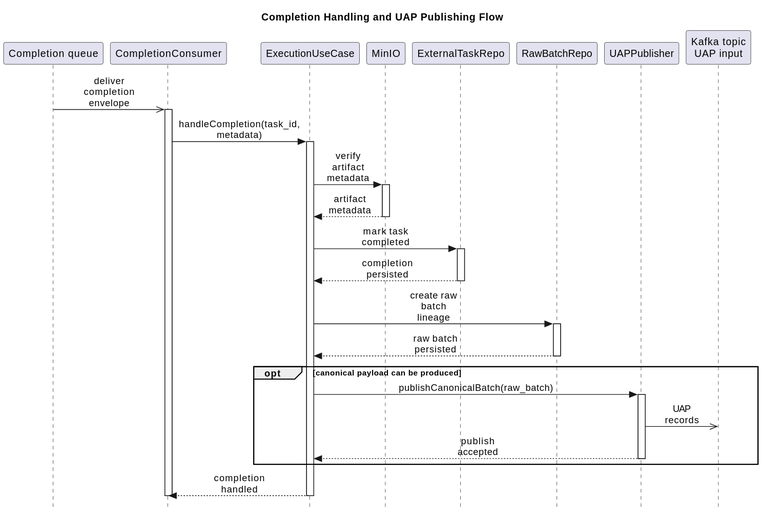
Above: final-report/images/chapter_5/seq-ingest-completion-uap-flow.svg in smap-hcmut/report (PlantUML), before the change. The source it was exported from:
```plantuml
@startuml
title Completion Handling and UAP Publishing Flow
hide footbox
skinparam style strictuml
skinparam sequenceMessageAlign center
skinparam responseMessageBelowArrow true
skinparam maxMessageSize 70

participant "Completion queue" as CompletionQueue
participant "CompletionConsumer" as Consumer
participant "ExecutionUseCase" as Execution
participant "MinIO" as MinIO
participant "ExternalTaskRepo" as ExternalTaskRepo
participant "RawBatchRepo" as RawBatchRepo
participant "UAPPublisher" as UAPPublisher
participant "Kafka topic\nUAP input" as UAPTopic

CompletionQueue ->> Consumer : deliver completion envelope
activate Consumer
Consumer -> Execution : handleCompletion(task_id, metadata)
activate Execution
Execution -> MinIO : verify artifact metadata
activate MinIO
MinIO --> Execution : artifact metadata
deactivate MinIO
Execution -> ExternalTaskRepo : mark task completed
activate ExternalTaskRepo
ExternalTaskRepo --> Execution : completion persisted
deactivate ExternalTaskRepo
Execution -> RawBatchRepo : create raw batch lineage
activate RawBatchRepo
RawBatchRepo --> Execution : raw batch persisted
deactivate RawBatchRepo

opt canonical payload can be produced
  Execution -> UAPPublisher : publishCanonicalBatch(raw_batch)
  activate UAPPublisher
  UAPPublisher ->> UAPTopic : UAP records
  UAPPublisher --> Execution : publish accepted
  deactivate UAPPublisher
end

Execution --> Consumer : completion handled
deactivate Execution
deactivate Consumer
@enduml
```
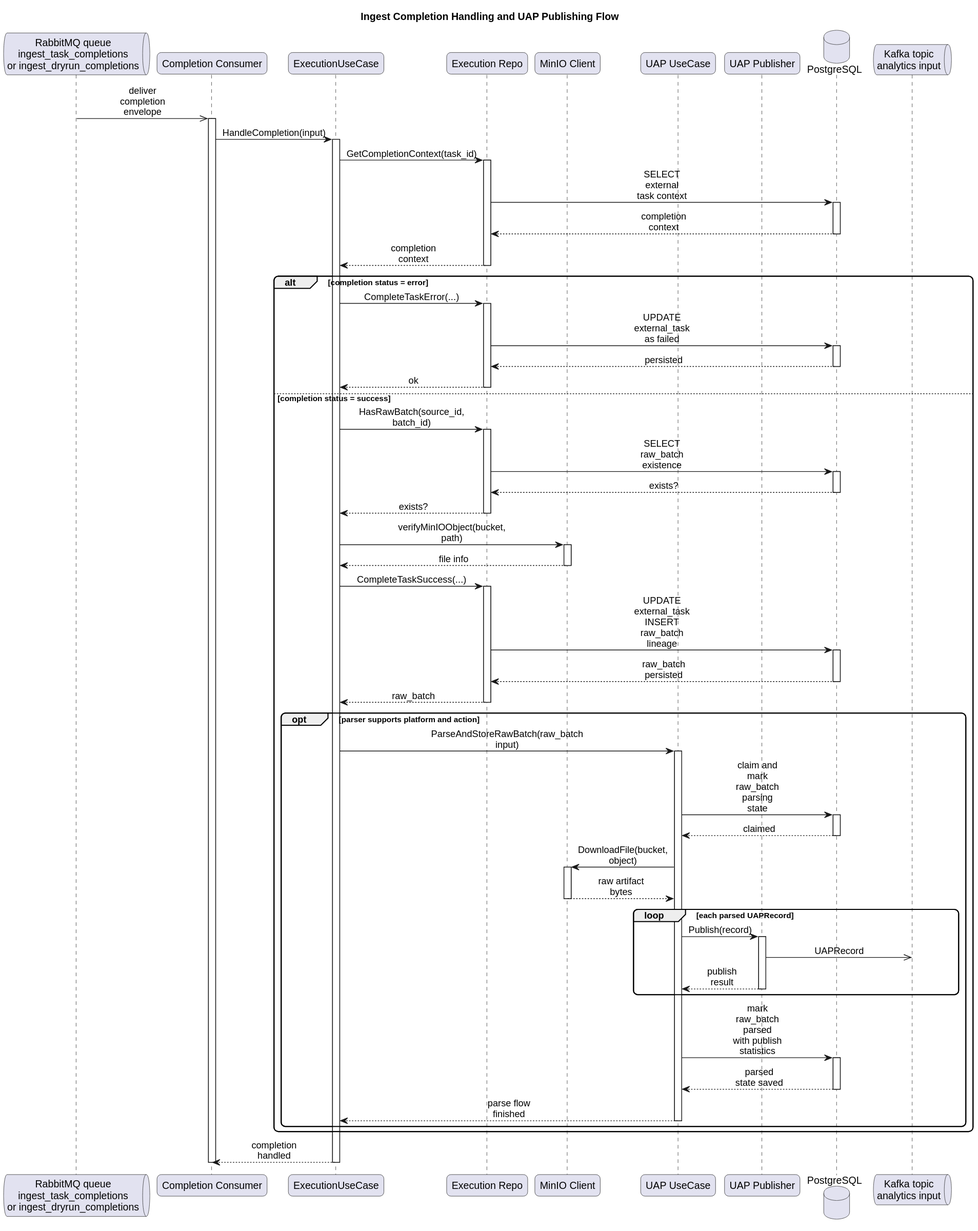
After the commit.

Change to the diagram source:
```diff
@@ -1,43 +1,94 @@
 @startuml
-title Completion Handling and UAP Publishing Flow
-hide footbox
-skinparam style strictuml
+title Ingest Completion Handling and UAP Publishing Flow
+skinparam defaultFontName Arial
+skinparam shadowing false
 skinparam sequenceMessageAlign center
 skinparam responseMessageBelowArrow true
 skinparam maxMessageSize 70
+skinparam roundcorner 12
 
-participant "Completion queue" as CompletionQueue
-participant "CompletionConsumer" as Consumer
+queue "RabbitMQ queue\ningest_task_completions\nor ingest_dryrun_completions" as CompletionQueue
+participant "Completion Consumer" as Consumer
 participant "ExecutionUseCase" as Execution
-participant "MinIO" as MinIO
-participant "ExternalTaskRepo" as ExternalTaskRepo
-participant "RawBatchRepo" as RawBatchRepo
-participant "UAPPublisher" as UAPPublisher
-participant "Kafka topic\nUAP input" as UAPTopic
+participant "Execution Repo" as ExecutionRepo
+participant "MinIO Client" as MinIO
+participant "UAP UseCase" as UAPUC
+participant "UAP Publisher" as UAPPublisher
+database "PostgreSQL" as PostgreSQL
+queue "Kafka topic\nanalytics input" as AnalyticsInput
 
 CompletionQueue ->> Consumer : deliver completion envelope
 activate Consumer
-Consumer -> Execution : handleCompletion(task_id, metadata)
+Consumer -> Execution : HandleCompletion(input)
 activate Execution
-Execution -> MinIO : verify artifact metadata
-activate MinIO
-MinIO --> Execution : artifact metadata
-deactivate MinIO
-Execution -> ExternalTaskRepo : mark task completed
-activate ExternalTaskRepo
-ExternalTaskRepo --> Execution : completion persisted
-deactivate ExternalTaskRepo
-Execution -> RawBatchRepo : create raw batch lineage
-activate RawBatchRepo
-RawBatchRepo --> Execution : raw batch persisted
-deactivate RawBatchRepo
 
-opt canonical payload can be produced
-  Execution -> UAPPublisher : publishCanonicalBatch(raw_batch)
-  activate UAPPublisher
-  UAPPublisher ->> UAPTopic : UAP records
-  UAPPublisher --> Execution : publish accepted
-  deactivate UAPPublisher
+Execution -> ExecutionRepo : GetCompletionContext(task_id)
+activate ExecutionRepo
+ExecutionRepo -> PostgreSQL : SELECT external task context
+activate PostgreSQL
+PostgreSQL --> ExecutionRepo : completion context
+deactivate PostgreSQL
+ExecutionRepo --> Execution : completion context
+deactivate ExecutionRepo
+
+alt completion status = error
+  Execution -> ExecutionRepo : CompleteTaskError(...)
+  activate ExecutionRepo
+  ExecutionRepo -> PostgreSQL : UPDATE external_task as failed
+  activate PostgreSQL
+  PostgreSQL --> ExecutionRepo : persisted
+  deactivate PostgreSQL
+  ExecutionRepo --> Execution : ok
+  deactivate ExecutionRepo
+else completion status = success
+  Execution -> ExecutionRepo : HasRawBatch(source_id, batch_id)
+  activate ExecutionRepo
+  ExecutionRepo -> PostgreSQL : SELECT raw_batch existence
+  activate PostgreSQL
+  PostgreSQL --> ExecutionRepo : exists?
+  deactivate PostgreSQL
+  ExecutionRepo --> Execution : exists?
+  deactivate ExecutionRepo
+
+  Execution -> MinIO : verifyMinIOObject(bucket, path)
+  activate MinIO
+  MinIO --> Execution : file info
+  deactivate MinIO
+
+  Execution -> ExecutionRepo : CompleteTaskSuccess(...)
+  activate ExecutionRepo
+  ExecutionRepo -> PostgreSQL : UPDATE external_task\nINSERT raw_batch lineage
+  activate PostgreSQL
+  PostgreSQL --> ExecutionRepo : raw_batch persisted
+  deactivate PostgreSQL
+  ExecutionRepo --> Execution : raw_batch
+  deactivate ExecutionRepo
+
+  opt parser supports platform and action
+    Execution -> UAPUC : ParseAndStoreRawBatch(raw_batch input)
+    activate UAPUC
+    UAPUC -> PostgreSQL : claim and mark raw_batch parsing state
+    activate PostgreSQL
+    PostgreSQL --> UAPUC : claimed
+    deactivate PostgreSQL
+    UAPUC -> MinIO : DownloadFile(bucket, object)
+    activate MinIO
+    MinIO --> UAPUC : raw artifact bytes
+    deactivate MinIO
+    loop each parsed UAPRecord
+      UAPUC -> UAPPublisher : Publish(record)
+      activate UAPPublisher
+      UAPPublisher ->> AnalyticsInput : UAPRecord
+      UAPPublisher --> UAPUC : publish result
+      deactivate UAPPublisher
+    end
+    UAPUC -> PostgreSQL : mark raw_batch parsed\nwith publish statistics
+    activate PostgreSQL
+    PostgreSQL --> UAPUC : parsed state saved
+    deactivate PostgreSQL
+    UAPUC --> Execution : parse flow finished
+    deactivate UAPUC
+  end
 end
 
 Execution --> Consumer : completion handled
```
